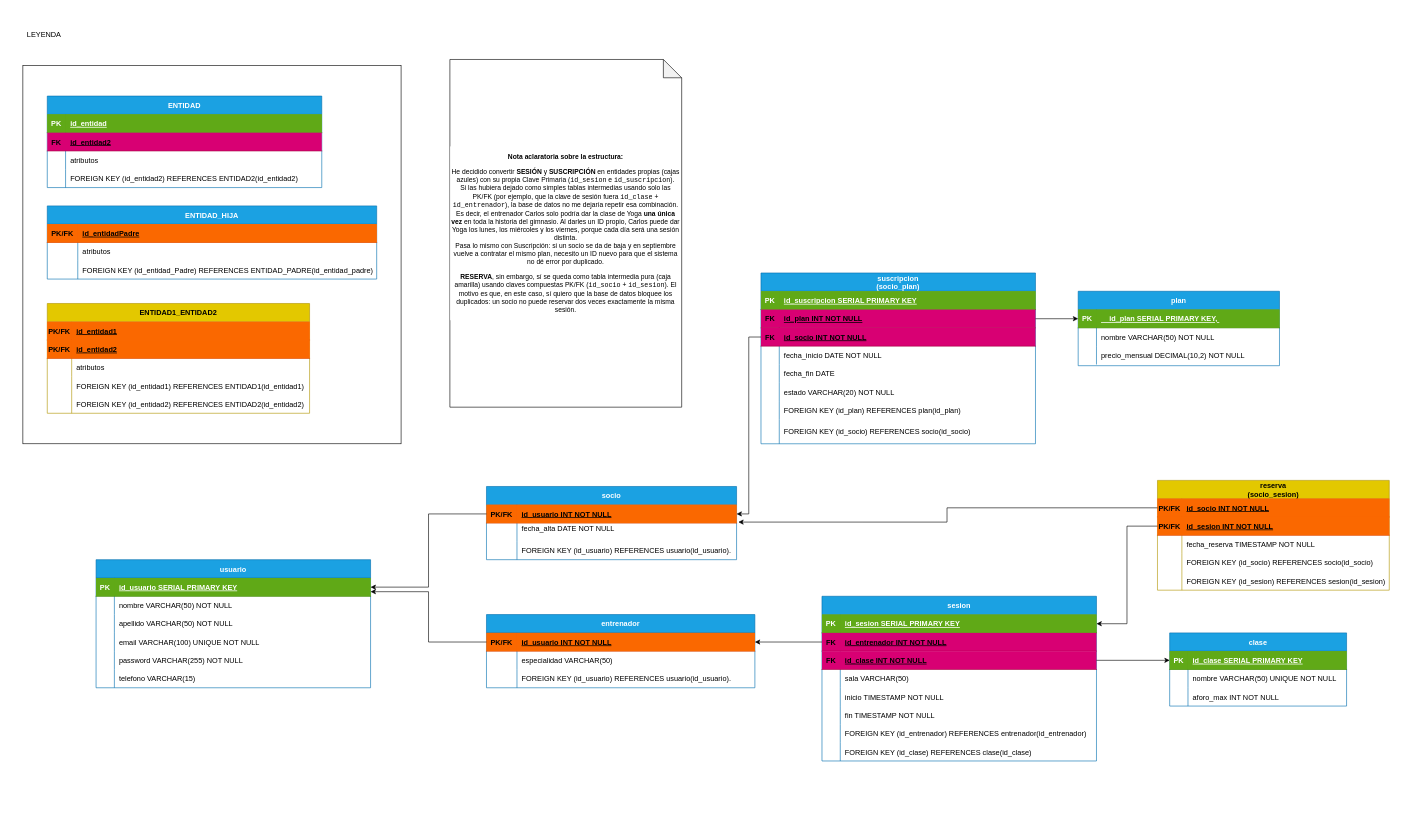
Earlier version of the draw.io diagram sql/diagramas/Diagrama_Tablas_Relacionales.drawio (FerminGarridoMartinDAM/ProyectoInterModular1DAMAppGimnasio). Source tidied: cells renumbered, new cells numbered last; positions are measured from the earlier drawing's top-left corner, leaving out a move shared by most shapes. Both pictures are drawn from the tidied source at 61%, with x=0, y=0 at pixel (10, 10).
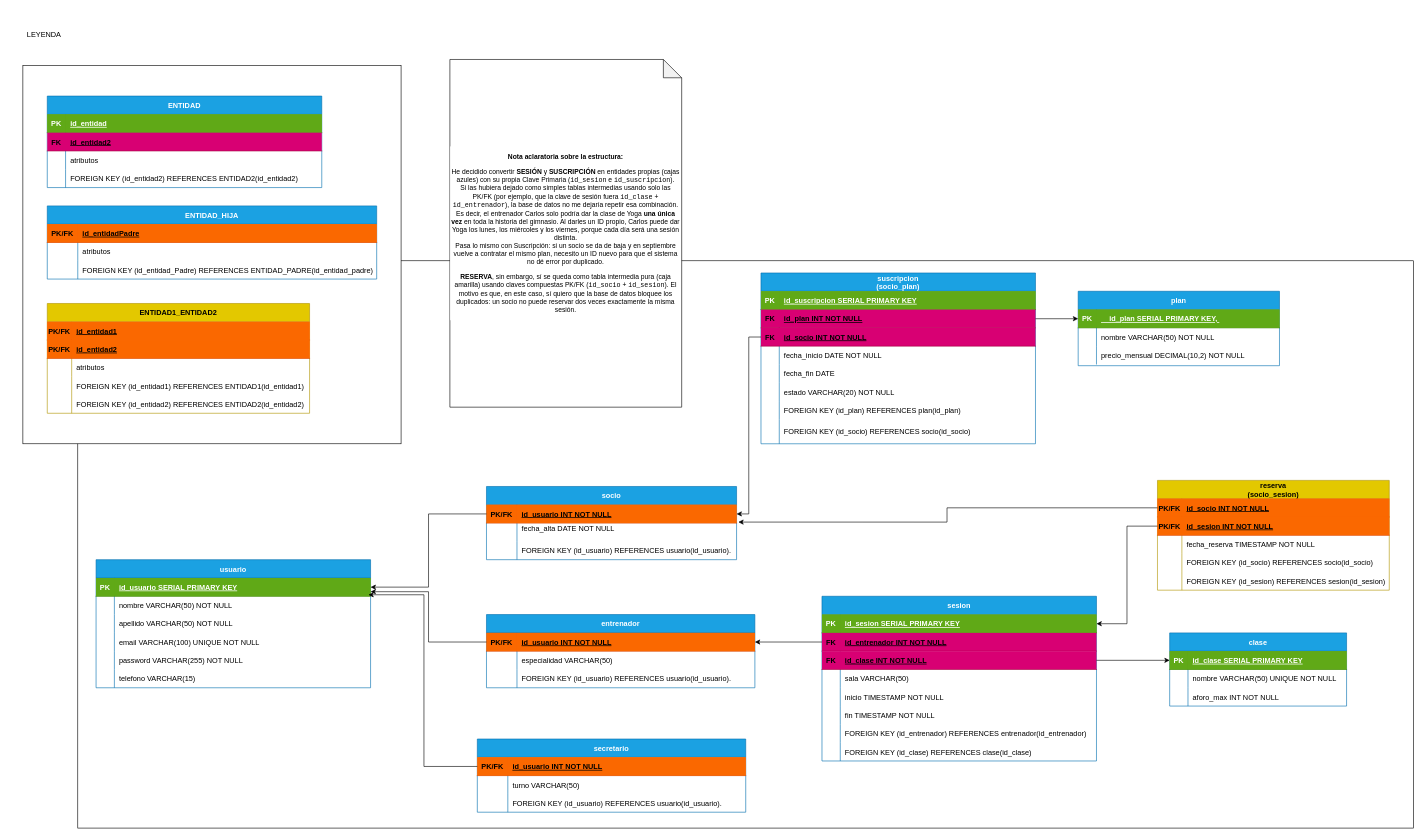
The same diagram, later.

Commit message (it also covers changes not shown here):
docs(sql): actualizados diagrama E-R y modelo relacional con la entidad Secretario

The change refers to these unchanged cells:
```xml
<mxCell id="5" style="shape=tableRow;horizontal=0;startSize=0;swimlaneHead=0;swimlaneBody=0;fillColor=#60a917;points=[[0,0.5],[1,0.5]];portConstraint=eastwest;strokeColor=#2D7600;top=0;left=0;right=0;bottom=1;fontColor=#ffffff;labelBorderColor=none;backgroundOutline=1;" parent="4" vertex="1">
  <mxGeometry y="30" width="450" height="30" as="geometry" />
</mxCell>
```

Change to the diagram source:
```diff
@@
+    <mxCell id="179" style="rounded=0;whiteSpace=wrap;html=1;" parent="1" vertex="1">
+      <mxGeometry x="110" y="410" width="2190" height="930" as="geometry" />
+    </mxCell>
@@
+    <mxCell id="180" value="secretario" style="shape=table;startSize=30;childLayout=tableLayout;rowLines=0;fontStyle=1;align=center;fillColor=#1ba1e2;fontColor=#ffffff;strokeColor=#006EAF;labelBorderColor=none;backgroundOutline=1;" parent="1" vertex="1">
+      <mxGeometry x="765" y="1194" width="440" height="120" as="geometry" />
+    </mxCell>
+    <mxCell id="181" style="shape=tableRow;horizontal=0;startSize=0;swimlaneHead=0;swimlaneBody=0;fillColor=#fa6800;points=[[0,0.5],[1,0.5]];portConstraint=eastwest;strokeColor=#C73500;top=0;left=0;right=0;bottom=1;fontColor=#000000;labelBorderColor=none;backgroundOutline=1;" parent="180" vertex="1">
+      <mxGeometry y="30" width="440" height="30" as="geometry" />
+    </mxCell>
+    <mxCell id="182" value="PK/FK" style="shape=partialRectangle;overflow=hidden;fillColor=#fa6800;strokeColor=#C73500;top=0;left=0;bottom=0;right=0;fontStyle=1;fontColor=#000000;labelBorderColor=none;backgroundOutline=1;" parent="181" vertex="1">
+      <mxGeometry width="50" height="30" as="geometry" />
+    </mxCell>
+    <mxCell id="183" value="id_usuario INT NOT NULL" style="shape=partialRectangle;overflow=hidden;fillColor=#fa6800;align=left;strokeColor=#C73500;top=0;left=0;bottom=0;right=0;spacingLeft=6;fontStyle=5;fontColor=#000000;labelBorderColor=none;backgroundOutline=1;" parent="181" vertex="1">
+      <mxGeometry x="50" width="390" height="30" as="geometry" />
+    </mxCell>
+    <mxCell id="184" style="shape=tableRow;horizontal=0;startSize=0;swimlaneHead=0;swimlaneBody=0;fillColor=none;strokeColor=inherit;top=0;left=0;right=0;bottom=0;labelBorderColor=none;backgroundOutline=1;" parent="180" vertex="1">
+      <mxGeometry y="60" width="440" height="30" as="geometry" />
+    </mxCell>
+    <mxCell id="185" style="shape=partialRectangle;overflow=hidden;fillColor=none;strokeColor=inherit;top=0;left=0;bottom=0;right=0;labelBorderColor=none;backgroundOutline=1;" parent="184" vertex="1">
+      <mxGeometry width="50" height="30" as="geometry" />
+    </mxCell>
+    <mxCell id="186" value="turno VARCHAR(50)" style="shape=partialRectangle;overflow=hidden;fillColor=none;align=left;strokeColor=inherit;top=0;left=0;bottom=0;right=0;spacingLeft=6;labelBorderColor=none;backgroundOutline=1;" parent="184" vertex="1">
+      <mxGeometry x="50" width="390" height="30" as="geometry" />
+    </mxCell>
+    <mxCell id="187" style="shape=tableRow;horizontal=0;startSize=0;swimlaneHead=0;swimlaneBody=0;fillColor=none;strokeColor=inherit;top=0;left=0;right=0;bottom=0;labelBorderColor=none;backgroundOutline=1;" parent="180" vertex="1">
+      <mxGeometry y="90" width="440" height="30" as="geometry" />
+    </mxCell>
+    <mxCell id="188" style="shape=partialRectangle;overflow=hidden;fillColor=none;strokeColor=inherit;top=0;left=0;bottom=0;right=0;labelBorderColor=none;backgroundOutline=1;" parent="187" vertex="1">
+      <mxGeometry width="50" height="30" as="geometry" />
+    </mxCell>
+    <mxCell id="189" value="FOREIGN KEY (id_usuario) REFERENCES usuario(id_usuario)." style="shape=partialRectangle;overflow=hidden;fillColor=none;align=left;strokeColor=inherit;top=0;left=0;bottom=0;right=0;spacingLeft=6;labelBorderColor=none;backgroundOutline=1;" parent="187" vertex="1">
+      <mxGeometry x="50" width="390" height="30" as="geometry" />
+    </mxCell>
+    <mxCell id="190" style="edgeStyle=orthogonalEdgeStyle;rounded=0;jettySize=auto;html=1;exitX=0;exitY=0.5;exitDx=0;exitDy=0;entryX=0.992;entryY=0.918;entryDx=0;entryDy=0;entryPerimeter=0;" parent="1" edge="1" source="181" target="5">
+      <mxGeometry relative="1" as="geometry" />
+    </mxCell>
```
